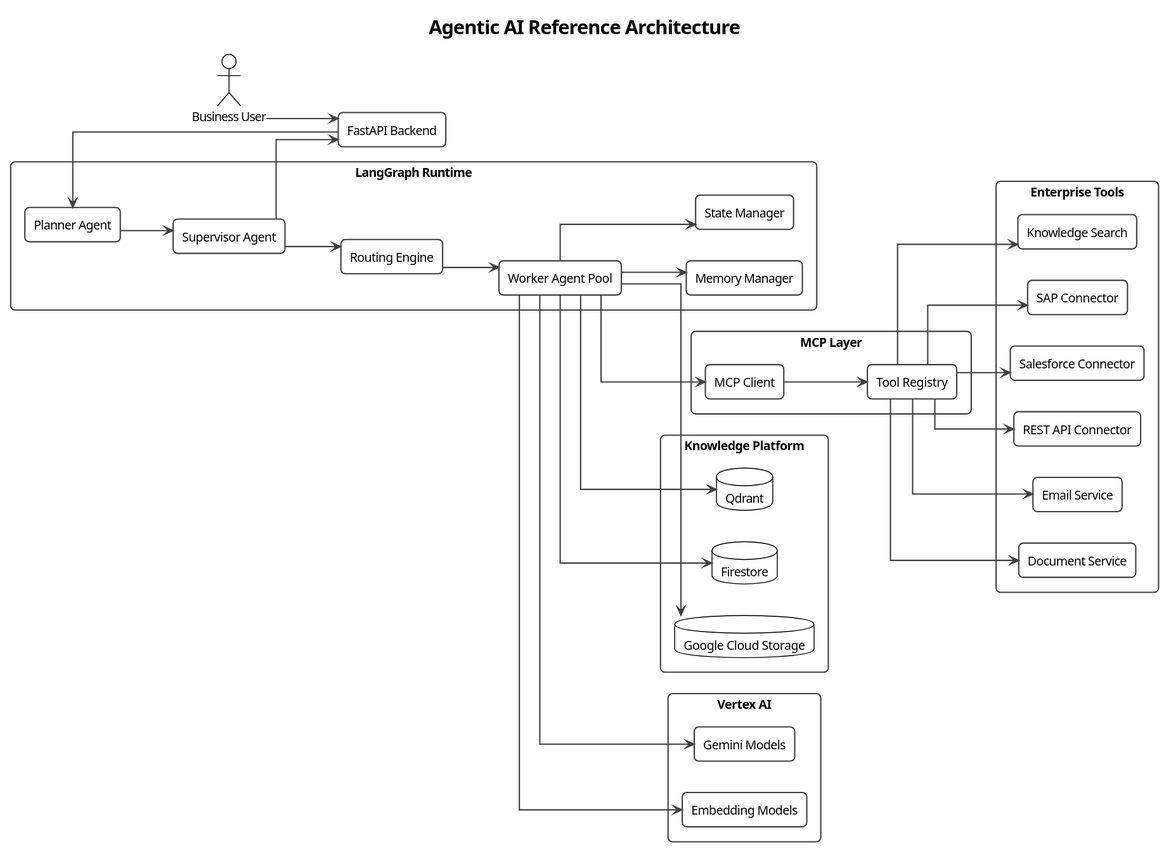
pjagdaley/enterprise-ai-orchestration-platform keeps this PlantUML diagram as docs/diagrams/ai/02-agentic-ai-reference-architecture.svg. Above is the earlier version. Its diagram source:
```plantuml
@startuml
title Enterprise AI Orchestration Platform
title Agentic AI Reference Architecture

!theme plain

left to right direction

skinparam backgroundColor white
skinparam shadowing false
skinparam linetype ortho
skinparam packageStyle rectangle

skinparam defaultFontName Segoe UI
skinparam defaultFontSize 14

skinparam RectangleBorderColor #404040
skinparam RectangleBorderThickness 1.5
skinparam RectangleRoundCorner 10

skinparam PackageBorderColor #404040
skinparam PackageBorderThickness 2

skinparam ArrowThickness 1.5
skinparam ArrowColor #404040

actor "Business User" as User

rectangle "FastAPI Backend" as API

package "LangGraph Runtime" {

rectangle "Planner Agent" as Planner

rectangle "Supervisor Agent" as Supervisor

rectangle "Worker Agent Pool" as Workers

rectangle "Memory Manager" as Memory

rectangle "Routing Engine" as Router

rectangle "State Manager" as State

}

package "MCP Layer" {

rectangle "MCP Client" as MCP

rectangle "Tool Registry" as Registry

}

package "Enterprise Tools" {

rectangle "Knowledge Search" as KnowledgeSearch

rectangle "SAP Connector" as SAP

rectangle "Salesforce Connector" as Salesforce

rectangle "REST API Connector" as RestAPI

rectangle "Email Service" as Email

rectangle "Document Service" as Documents

}

package "Knowledge Platform" {

database "Qdrant" as Qdrant

database "Firestore" as Firestore

database "Google Cloud Storage" as GCS

}

package "Vertex AI" {

rectangle "Gemini Models" as Gemini

rectangle "Embedding Models" as Embeddings

}

User --> API

API --> Planner

Planner --> Supervisor

Supervisor --> Router

Router --> Workers

Workers --> Memory

Workers --> State

Workers --> MCP

MCP --> Registry

Registry --> KnowledgeSearch

Registry --> SAP

Registry --> Salesforce

Registry --> RestAPI

Registry --> Email

Registry --> Documents

Workers --> Embeddings

Workers --> Gemini

Workers --> Qdrant

Workers --> Firestore

Workers --> GCS

Supervisor --> API
@enduml
```
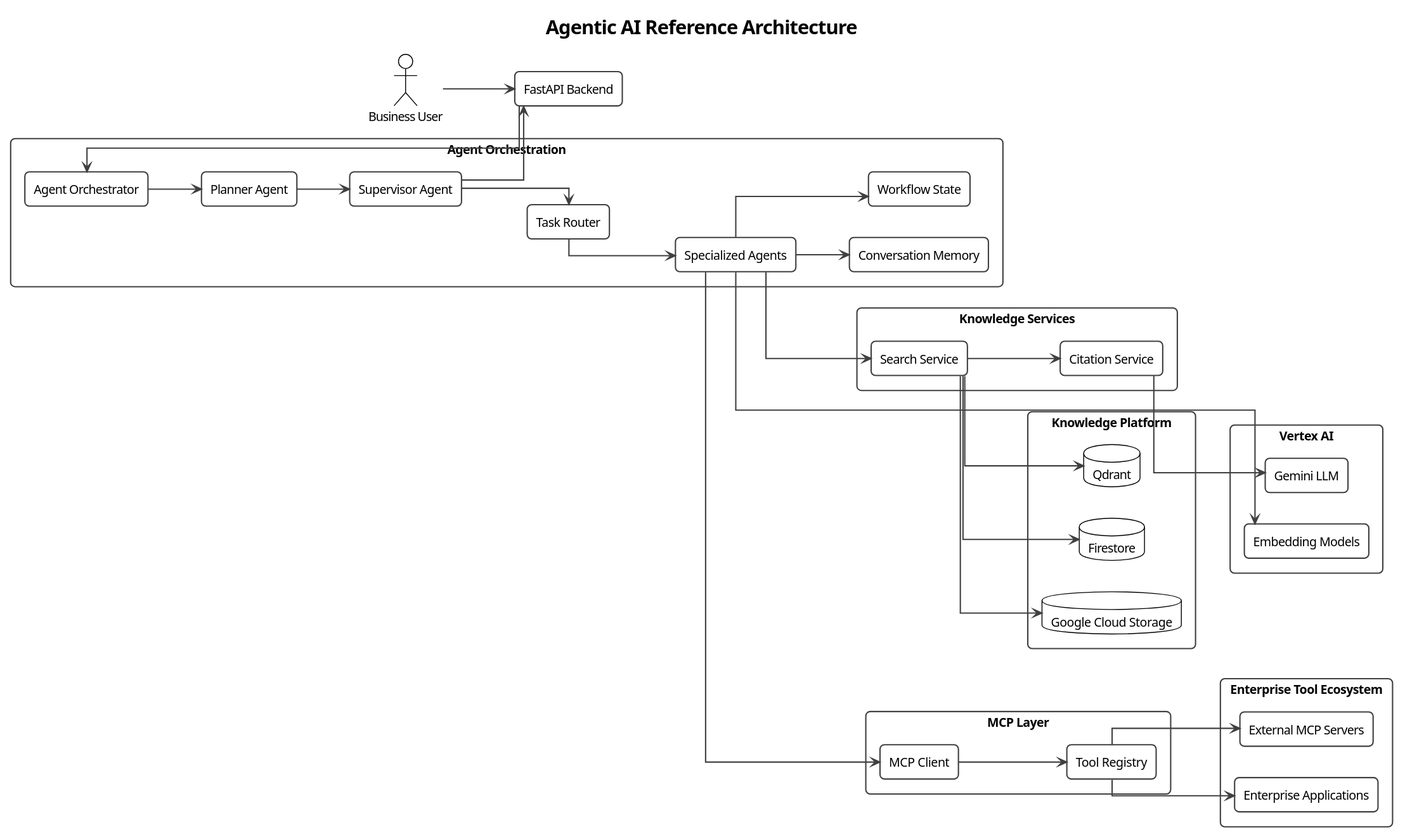
The same file after the commit.

Change to the diagram source:
```diff
@@ -1,8 +1,9 @@
 @startuml
+
+!theme plain
+
 title Enterprise AI Orchestration Platform
 title Agentic AI Reference Architecture
-
-!theme plain
 
 left to right direction
 
@@ -24,25 +25,39 @@
 skinparam ArrowThickness 1.5
 skinparam ArrowColor #404040
 
+
 actor "Business User" as User
 
 rectangle "FastAPI Backend" as API
 
-package "LangGraph Runtime" {
+
+package "Agent Orchestration" {
+
+rectangle "Agent Orchestrator" as Orchestrator
 
 rectangle "Planner Agent" as Planner
 
 rectangle "Supervisor Agent" as Supervisor
 
-rectangle "Worker Agent Pool" as Workers
+rectangle "Task Router" as Router
 
-rectangle "Memory Manager" as Memory
+rectangle "Specialized Agents" as Agents
 
-rectangle "Routing Engine" as Router
+rectangle "Conversation Memory" as Memory
 
-rectangle "State Manager" as State
+rectangle "Workflow State" as State
 
 }
+
+
+package "Knowledge Services" {
+
+rectangle "Search Service" as Search
+
+rectangle "Citation Service" as Citation
+
+}
+
 
 package "MCP Layer" {
 
@@ -52,21 +67,15 @@
 
 }
 
-package "Enterprise Tools" {
 
-rectangle "Knowledge Search" as KnowledgeSearch
+package "Enterprise Tool Ecosystem" {
 
-rectangle "SAP Connector" as SAP
+rectangle "External MCP Servers" as MCPServers
 
-rectangle "Salesforce Connector" as Salesforce
-
-rectangle "REST API Connector" as RestAPI
-
-rectangle "Email Service" as Email
-
-rectangle "Document Service" as Documents
+rectangle "Enterprise Applications" as EnterpriseApps
 
 }
+
 
 package "Knowledge Platform" {
 
@@ -78,53 +87,53 @@
 
 }
 
+
 package "Vertex AI" {
 
-rectangle "Gemini Models" as Gemini
+rectangle "Gemini LLM" as Gemini
 
 rectangle "Embedding Models" as Embeddings
 
 }
 
+
 User --> API
 
-API --> Planner
+API --> Orchestrator
+
+Orchestrator --> Planner
 
 Planner --> Supervisor
 
 Supervisor --> Router
 
-Router --> Workers
+Router --> Agents
 
-Workers --> Memory
+Agents --> Memory
 
-Workers --> State
+Agents --> State
 
-Workers --> MCP
+Agents --> Search
+
+Search --> Qdrant
+
+Search --> Firestore
+
+Search --> GCS
+
+Search --> Citation
+
+Citation --> Gemini
+
+Agents --> Embeddings
+
+Agents --> MCP
 
 MCP --> Registry
 
-Registry --> KnowledgeSearch
+Registry --> MCPServers
 
-Registry --> SAP
-
-Registry --> Salesforce
-
-Registry --> RestAPI
-
-Registry --> Email
-
-Registry --> Documents
-
-Workers --> Embeddings
-
-Workers --> Gemini
-
-Workers --> Qdrant
-
-Workers --> Firestore
-
-Workers --> GCS
+Registry --> EnterpriseApps
 
 Supervisor --> API
 @enduml
```
